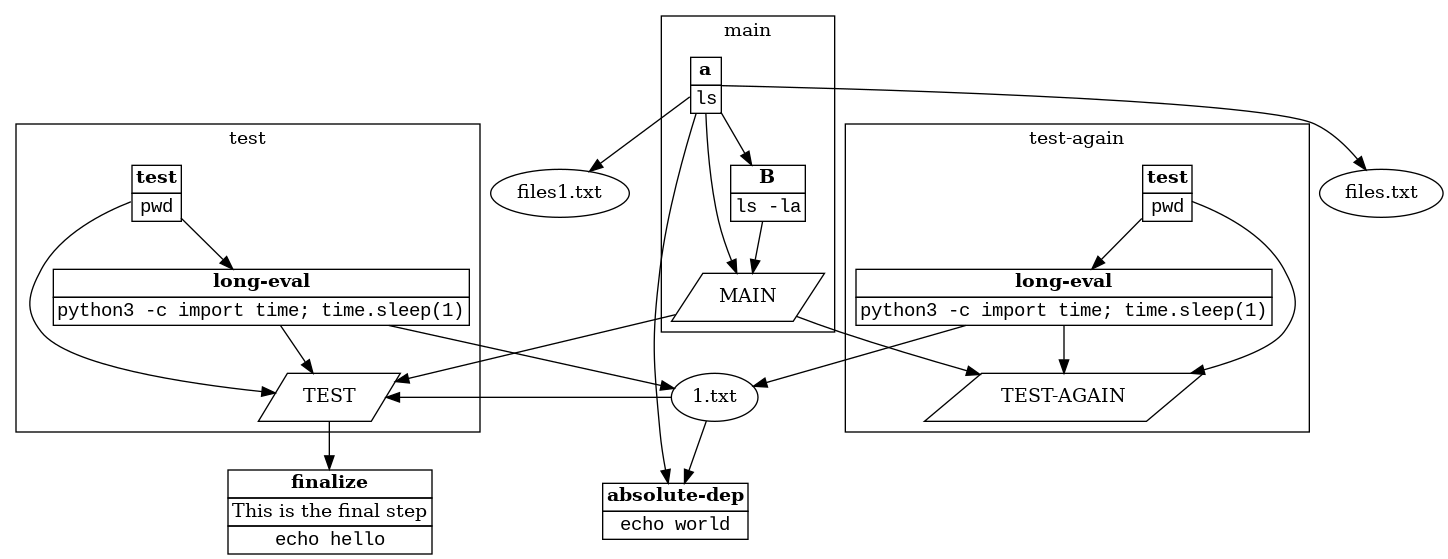
The Graphviz diagram examples/example/graph.png in tivvit/yap, before a commit. Its source is kept beside it as examples/example/graph.dot. Source of this version:
```dot
digraph  {
	subgraph cluster_s0 {
		ID = "cluster_s0";
		label="main";
		n2[label=<<table border="0" cellborder="1" cellspacing="0"><tr><td><b>B</b></td></tr><tr><td><font face="Courier New, Courier, monospace">ls -la</font></td></tr></table>>,shape="plain"];
		n1[label="MAIN",shape="parallelogram"];
		n3[label=<<table border="0" cellborder="1" cellspacing="0"><tr><td><b>a</b></td></tr><tr><td><font face="Courier New, Courier, monospace">ls</font></td></tr></table>>,shape="plain"];

	}subgraph cluster_s1 {
		ID = "cluster_s1";
		label="test";
		n6[label="TEST",shape="parallelogram"];
		n7[label=<<table border="0" cellborder="1" cellspacing="0"><tr><td><b>long-eval</b></td></tr><tr><td><font face="Courier New, Courier, monospace">python3 -c import time; time.sleep(1)</font></td></tr></table>>,shape="plain"];
		n9[label=<<table border="0" cellborder="1" cellspacing="0"><tr><td><b>test</b></td></tr><tr><td><font face="Courier New, Courier, monospace">pwd</font></td></tr></table>>,shape="plain"];

	}subgraph cluster_s2 {
		ID = "cluster_s2";
		label="test-again";
		n10[label="TEST-AGAIN",shape="parallelogram"];
		n12[label=<<table border="0" cellborder="1" cellspacing="0"><tr><td><b>long-eval</b></td></tr><tr><td><font face="Courier New, Courier, monospace">python3 -c import time; time.sleep(1)</font></td></tr></table>>,shape="plain"];
		n11[label=<<table border="0" cellborder="1" cellspacing="0"><tr><td><b>test</b></td></tr><tr><td><font face="Courier New, Courier, monospace">pwd</font></td></tr></table>>,shape="plain"];

	}
	n8[label="1.txt"];
	n14[label=<<table border="0" cellborder="1" cellspacing="0"><tr><td><b>absolute-dep</b></td></tr><tr><td><font face="Courier New, Courier, monospace">echo world</font></td></tr></table>>,shape="plain"];
	n4[label="files.txt"];
	n5[label="files1.txt"];
	n13[label=<<table border="0" cellborder="1" cellspacing="0"><tr><td><b>finalize</b></td></tr><tr><td>This is the final step</td></tr><tr><td><font face="Courier New, Courier, monospace">echo hello</font></td></tr></table>>,shape="plain"];
	n8->n14;
	n8->n6;
	n2->n1;
	n1->n6;
	n1->n10;
	n6->n13;
	n3->n14;
	n3->n2;
	n3->n1;
	n3->n4;
	n3->n5;
	n7->n6;
	n7->n8;
	n12->n10;
	n12->n8;
	n9->n7;
	n11->n12;
	n9->n6;
	n11->n10;

}
```
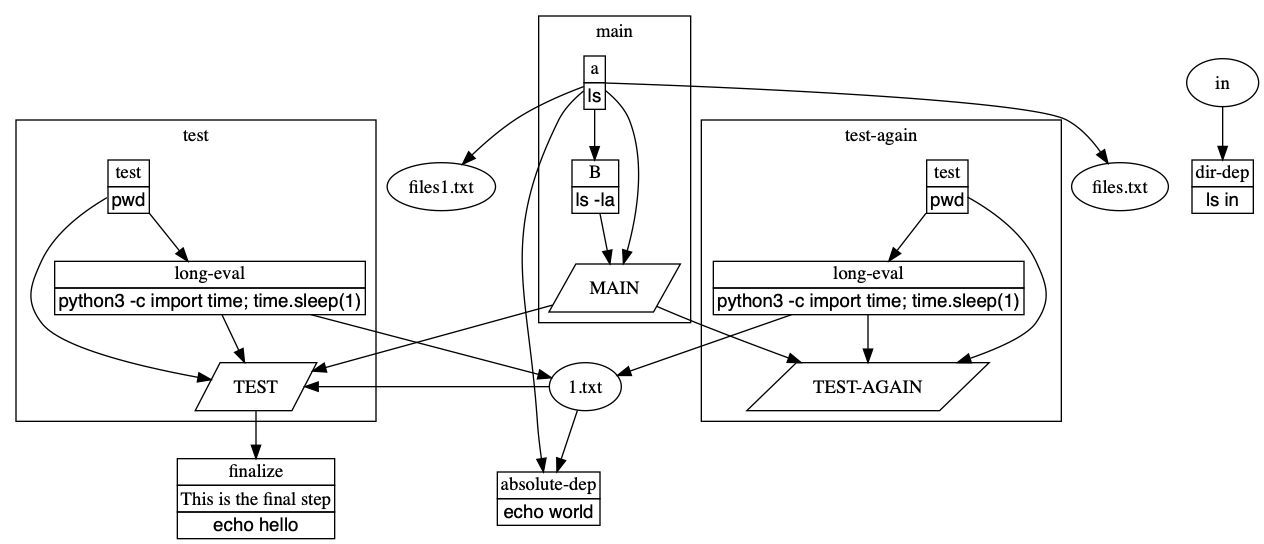
The same diagram one commit later.

What changed in the source:
```diff
@@ -2,9 +2,9 @@
 	subgraph cluster_s0 {
 		ID = "cluster_s0";
 		label="main";
-		n2[label=<<table border="0" cellborder="1" cellspacing="0"><tr><td><b>B</b></td></tr><tr><td><font face="Courier New, Courier, monospace">ls -la</font></td></tr></table>>,shape="plain"];
+		n5[label=<<table border="0" cellborder="1" cellspacing="0"><tr><td><b>B</b></td></tr><tr><td><font face="Courier New, Courier, monospace">ls -la</font></td></tr></table>>,shape="plain"];
 		n1[label="MAIN",shape="parallelogram"];
-		n3[label=<<table border="0" cellborder="1" cellspacing="0"><tr><td><b>a</b></td></tr><tr><td><font face="Courier New, Courier, monospace">ls</font></td></tr></table>>,shape="plain"];
+		n2[label=<<table border="0" cellborder="1" cellspacing="0"><tr><td><b>a</b></td></tr><tr><td><font face="Courier New, Courier, monospace">ls</font></td></tr></table>>,shape="plain"];
 
 	}subgraph cluster_s1 {
 		ID = "cluster_s1";
@@ -23,26 +23,29 @@
 	}
 	n8[label="1.txt"];
 	n14[label=<<table border="0" cellborder="1" cellspacing="0"><tr><td><b>absolute-dep</b></td></tr><tr><td><font face="Courier New, Courier, monospace">echo world</font></td></tr></table>>,shape="plain"];
-	n4[label="files.txt"];
-	n5[label="files1.txt"];
+	n15[label=<<table border="0" cellborder="1" cellspacing="0"><tr><td><b>dir-dep</b></td></tr><tr><td><font face="Courier New, Courier, monospace">ls in</font></td></tr></table>>,shape="plain"];
+	n3[label="files.txt"];
+	n4[label="files1.txt"];
 	n13[label=<<table border="0" cellborder="1" cellspacing="0"><tr><td><b>finalize</b></td></tr><tr><td>This is the final step</td></tr><tr><td><font face="Courier New, Courier, monospace">echo hello</font></td></tr></table>>,shape="plain"];
+	n16[label="in"];
+	n8->n6;
 	n8->n14;
-	n8->n6;
-	n2->n1;
+	n5->n1;
 	n1->n6;
 	n1->n10;
 	n6->n13;
-	n3->n14;
-	n3->n2;
-	n3->n1;
-	n3->n4;
-	n3->n5;
+	n2->n14;
+	n2->n5;
+	n2->n1;
+	n2->n3;
+	n2->n4;
+	n16->n15;
 	n7->n6;
 	n7->n8;
 	n12->n10;
 	n12->n8;
+	n11->n12;
 	n9->n7;
-	n11->n12;
 	n9->n6;
 	n11->n10;
 
```
